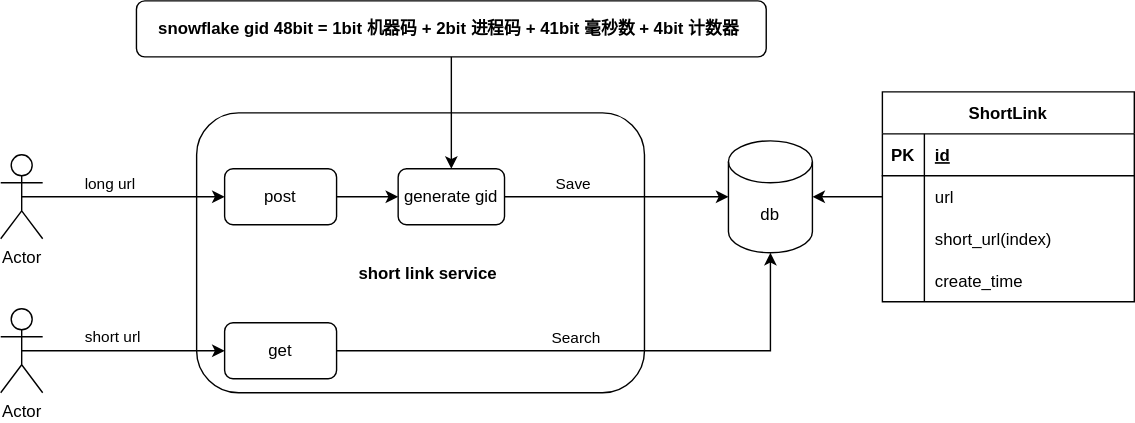
Above: fullstack/flow.svg in hongshancapital/interview-assignments (draw.io), before the change. Source tidied: cells renumbered, new cells last; positions are measured from the earlier drawing's top-left corner, leaving out a move shared by most shapes. Its diagram source:
```xml
<mxGraphModel>
  <root>
    <mxCell id="0" />
    <mxCell id="1" parent="0" />
    <mxCell id="2" style="rounded=1;whiteSpace=wrap;html=1;fillColor=none;" parent="1" vertex="1">
      <mxGeometry x="140" y="80" width="320" height="200" as="geometry" />
    </mxCell>
    <mxCell id="3" value="&lt;b&gt;short link service&lt;/b&gt;" style="text;html=1;align=center;verticalAlign=middle;strokeColor=none;fillColor=none;" parent="1" vertex="1">
      <mxGeometry x="245" y="180" width="120" height="30" as="geometry" />
    </mxCell>
    <mxCell id="4" style="edgeStyle=orthogonalEdgeStyle;rounded=0;jettySize=auto;html=1;exitX=0.5;exitY=0.5;exitDx=0;exitDy=0;exitPerimeter=0;entryX=0;entryY=0.5;entryDx=0;entryDy=0;" parent="1" edge="1" source="6" target="10">
      <mxGeometry relative="1" as="geometry" />
    </mxCell>
    <mxCell id="5" value="long url" style="edgeLabel;html=1;align=center;verticalAlign=middle;" parent="4" vertex="1">
      <mxGeometry x="-0.15" y="1" relative="1" as="geometry">
        <mxPoint y="-9" as="offset" />
      </mxGeometry>
    </mxCell>
    <mxCell id="6" value="Actor" style="shape=umlActor;verticalLabelPosition=bottom;verticalAlign=top;html=1;outlineConnect=0;" parent="1" vertex="1">
      <mxGeometry y="110" width="30" height="60" as="geometry" />
    </mxCell>
    <mxCell id="7" style="edgeStyle=orthogonalEdgeStyle;rounded=0;jettySize=auto;html=1;exitX=1;exitY=0.5;exitDx=0;exitDy=0;entryX=0;entryY=0.5;entryDx=0;entryDy=0;entryPerimeter=0;" parent="1" edge="1" source="17" target="11">
      <mxGeometry relative="1" as="geometry" />
    </mxCell>
    <mxCell id="8" value="Save" style="edgeLabel;html=1;align=center;verticalAlign=middle;" parent="7" vertex="1">
      <mxGeometry x="-0.1" relative="1" as="geometry">
        <mxPoint x="-24" y="-10" as="offset" />
      </mxGeometry>
    </mxCell>
    <mxCell id="9" style="edgeStyle=orthogonalEdgeStyle;rounded=0;jettySize=auto;html=1;exitX=1;exitY=0.5;exitDx=0;exitDy=0;entryX=0;entryY=0.5;entryDx=0;entryDy=0;" parent="1" edge="1" source="10" target="17">
      <mxGeometry relative="1" as="geometry" />
    </mxCell>
    <mxCell id="10" value="post" style="rounded=1;whiteSpace=wrap;html=1;" parent="1" vertex="1">
      <mxGeometry x="160" y="120" width="80" height="40" as="geometry" />
    </mxCell>
    <mxCell id="11" value="db" style="shape=cylinder3;whiteSpace=wrap;html=1;boundedLbl=1;backgroundOutline=1;size=15;fillColor=none;" parent="1" vertex="1">
      <mxGeometry x="520" y="100" width="60" height="80" as="geometry" />
    </mxCell>
    <mxCell id="12" value="short url" style="edgeStyle=orthogonalEdgeStyle;rounded=0;jettySize=auto;html=1;exitX=0.5;exitY=0.5;exitDx=0;exitDy=0;exitPerimeter=0;entryX=0;entryY=0.5;entryDx=0;entryDy=0;" parent="1" edge="1" source="13" target="16">
      <mxGeometry x="-0.1" y="10" relative="1" as="geometry" />
    </mxCell>
    <mxCell id="13" value="Actor" style="shape=umlActor;verticalLabelPosition=bottom;verticalAlign=top;html=1;outlineConnect=0;" parent="1" vertex="1">
      <mxGeometry y="220" width="30" height="60" as="geometry" />
    </mxCell>
    <mxCell id="14" style="edgeStyle=orthogonalEdgeStyle;rounded=0;jettySize=auto;html=1;exitX=1;exitY=0.5;exitDx=0;exitDy=0;" parent="1" edge="1" source="16" target="11">
      <mxGeometry relative="1" as="geometry" />
    </mxCell>
    <mxCell id="15" value="Search" style="edgeLabel;html=1;align=center;verticalAlign=middle;" parent="14" vertex="1">
      <mxGeometry x="-0.27" y="4" relative="1" as="geometry">
        <mxPoint x="31" y="-6" as="offset" />
      </mxGeometry>
    </mxCell>
    <mxCell id="16" value="get" style="rounded=1;whiteSpace=wrap;html=1;" parent="1" vertex="1">
      <mxGeometry x="160" y="230" width="80" height="40" as="geometry" />
    </mxCell>
    <mxCell id="17" value="generate gid" style="rounded=1;whiteSpace=wrap;html=1;fillColor=none;" parent="1" vertex="1">
      <mxGeometry x="284" y="120" width="76" height="40" as="geometry" />
    </mxCell>
    <mxCell id="18" value="ShortLink" style="shape=table;startSize=30;rowLines=0;fontStyle=1;align=center;fillColor=none;" parent="1" vertex="1">
      <mxGeometry x="630" y="65" width="180" height="150" as="geometry" />
    </mxCell>
    <mxCell id="19" style="shape=tableRow;horizontal=0;startSize=0;swimlaneHead=0;swimlaneBody=0;fillColor=none;top=0;left=0;right=0;bottom=1;" parent="18" vertex="1">
      <mxGeometry y="30" width="180" height="30" as="geometry" />
    </mxCell>
    <mxCell id="20" value="PK" style="shape=partialRectangle;fillColor=none;top=0;left=0;bottom=0;right=0;fontStyle=1;overflow=hidden;" parent="19" vertex="1">
      <mxGeometry width="30" height="30" as="geometry" />
    </mxCell>
    <mxCell id="21" value="id" style="shape=partialRectangle;fillColor=none;top=0;left=0;bottom=0;right=0;align=left;spacingLeft=6;fontStyle=5;overflow=hidden;" parent="19" vertex="1">
      <mxGeometry x="30" width="150" height="30" as="geometry" />
    </mxCell>
    <mxCell id="22" style="shape=tableRow;horizontal=0;startSize=0;swimlaneHead=0;swimlaneBody=0;fillColor=none;points=[[0,0.5],[1,0.5]];portConstraint=eastwest;top=0;left=0;right=0;bottom=0;" parent="18" vertex="1">
      <mxGeometry y="60" width="180" height="30" as="geometry" />
    </mxCell>
    <mxCell id="23" style="shape=partialRectangle;fillColor=none;top=0;left=0;bottom=0;right=0;overflow=hidden;" parent="22" vertex="1">
      <mxGeometry width="30" height="30" as="geometry" />
    </mxCell>
    <mxCell id="24" value="url" style="shape=partialRectangle;fillColor=none;top=0;left=0;bottom=0;right=0;align=left;spacingLeft=6;overflow=hidden;" parent="22" vertex="1">
      <mxGeometry x="30" width="150" height="30" as="geometry" />
    </mxCell>
    <mxCell id="25" style="shape=tableRow;horizontal=0;startSize=0;swimlaneHead=0;swimlaneBody=0;fillColor=none;top=0;left=0;right=0;bottom=0;" parent="18" vertex="1">
      <mxGeometry y="90" width="180" height="30" as="geometry" />
    </mxCell>
    <mxCell id="26" style="shape=partialRectangle;fillColor=none;top=0;left=0;bottom=0;right=0;overflow=hidden;" parent="25" vertex="1">
      <mxGeometry width="30" height="30" as="geometry" />
    </mxCell>
    <mxCell id="27" value="short_url(index)" style="shape=partialRectangle;fillColor=none;top=0;left=0;bottom=0;right=0;align=left;spacingLeft=6;overflow=hidden;" parent="25" vertex="1">
      <mxGeometry x="30" width="150" height="30" as="geometry" />
    </mxCell>
    <mxCell id="28" style="shape=tableRow;horizontal=0;startSize=0;swimlaneHead=0;swimlaneBody=0;fillColor=none;top=0;left=0;right=0;bottom=0;" parent="18" vertex="1">
      <mxGeometry y="120" width="180" height="30" as="geometry" />
    </mxCell>
    <mxCell id="29" style="shape=partialRectangle;fillColor=none;top=0;left=0;bottom=0;right=0;overflow=hidden;" parent="28" vertex="1">
      <mxGeometry width="30" height="30" as="geometry" />
    </mxCell>
    <mxCell id="30" value="create_time" style="shape=partialRectangle;fillColor=none;top=0;left=0;bottom=0;right=0;align=left;spacingLeft=6;overflow=hidden;" parent="28" vertex="1">
      <mxGeometry x="30" width="150" height="30" as="geometry" />
    </mxCell>
    <mxCell id="31" style="edgeStyle=orthogonalEdgeStyle;rounded=0;jettySize=auto;html=1;exitX=0.5;exitY=1;exitDx=0;exitDy=0;" parent="1" edge="1" source="32" target="17">
      <mxGeometry relative="1" as="geometry" />
    </mxCell>
    <mxCell id="32" value="&lt;b&gt;snowflake gid 48bit = 1bit 机器码 + 2bit 进程码 + 41bit 毫秒数 + 4bit 计数器&amp;nbsp;&lt;/b&gt;" style="rounded=1;whiteSpace=wrap;html=1;fillColor=none;" parent="1" vertex="1">
      <mxGeometry x="97" width="450" height="40" as="geometry" />
    </mxCell>
    <mxCell id="33" style="edgeStyle=orthogonalEdgeStyle;rounded=0;jettySize=auto;html=1;exitX=0;exitY=0.5;exitDx=0;exitDy=0;entryX=1;entryY=0.5;entryDx=0;entryDy=0;entryPerimeter=0;" parent="1" edge="1" source="22" target="11">
      <mxGeometry relative="1" as="geometry" />
    </mxCell>
  </root>
</mxGraphModel>
```
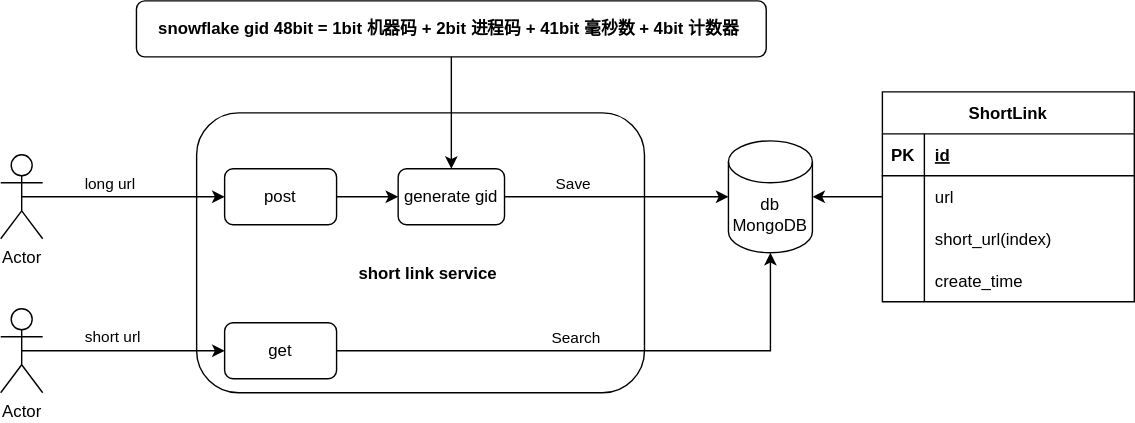
The same diagram one commit later.

Change to the diagram source:
```diff
@@ -33,7 +33,7 @@
     <mxCell id="10" value="post" style="rounded=1;whiteSpace=wrap;html=1;" parent="1" vertex="1">
       <mxGeometry x="160" y="120" width="80" height="40" as="geometry" />
     </mxCell>
-    <mxCell id="11" value="db" style="shape=cylinder3;whiteSpace=wrap;html=1;boundedLbl=1;backgroundOutline=1;size=15;fillColor=none;" parent="1" vertex="1">
+    <mxCell id="11" value="db&lt;br&gt;MongoDB" style="shape=cylinder3;whiteSpace=wrap;html=1;boundedLbl=1;backgroundOutline=1;size=15;fillColor=none;" parent="1" vertex="1">
       <mxGeometry x="520" y="100" width="60" height="80" as="geometry" />
     </mxCell>
     <mxCell id="12" value="short url" style="edgeStyle=orthogonalEdgeStyle;rounded=0;jettySize=auto;html=1;exitX=0.5;exitY=0.5;exitDx=0;exitDy=0;exitPerimeter=0;entryX=0;entryY=0.5;entryDx=0;entryDy=0;" parent="1" edge="1" source="13" target="16">
```
